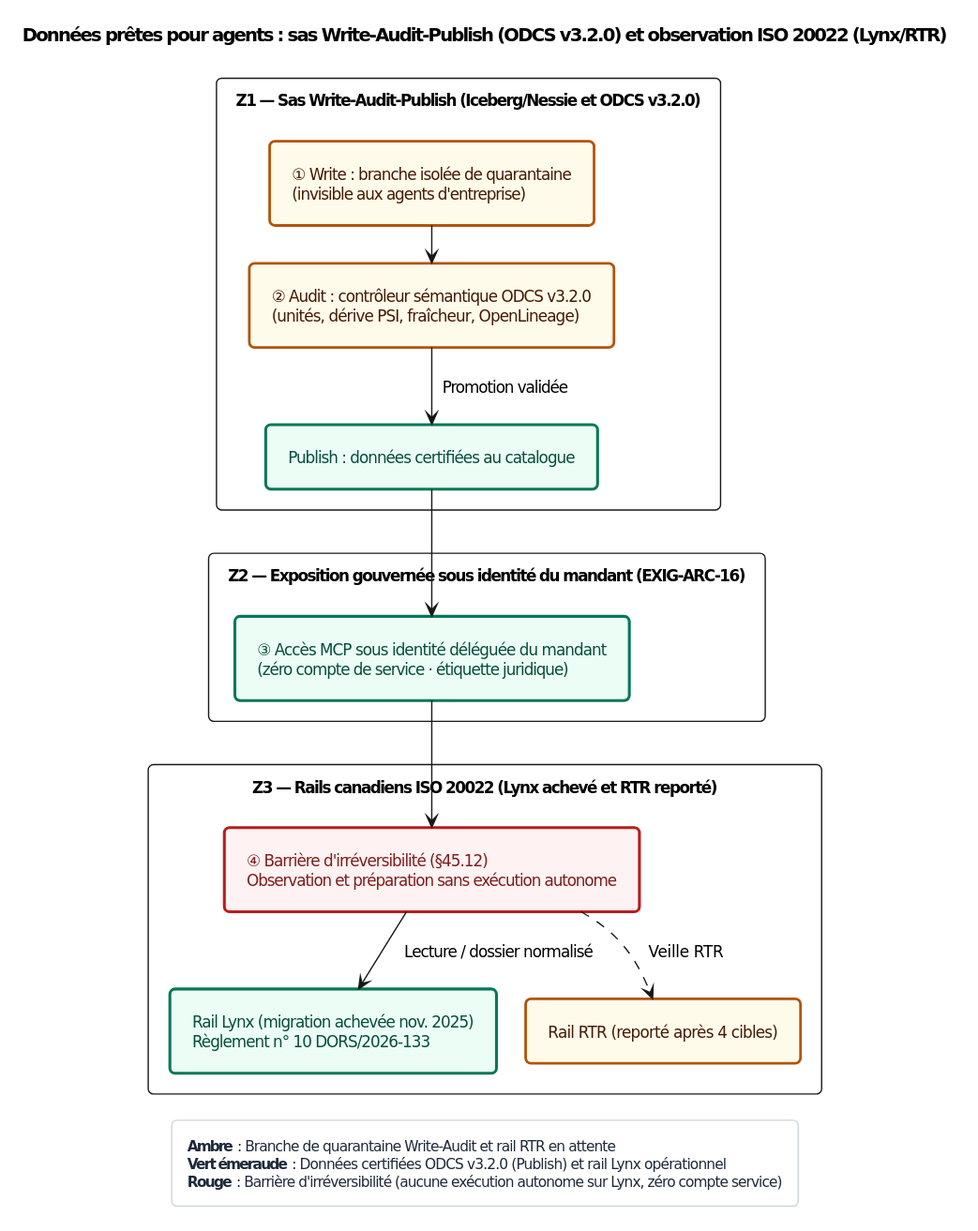
The PlantUML diagram Compendium/ouvrage/schemas/rendus/SCH-10-02.svg in agbruneau/Agentique, before a commit. Source of this version:
```plantuml
@startuml
<style>
document { BackgroundColor #FFFFFF; }
.det { BackgroundColor #EBF2F7; LineColor #1B4F72; LineThickness 2.2; FontColor #0F2942; }
.blue { BackgroundColor #EFF6FF; LineColor #1D4ED8; LineThickness 2.2; FontColor #1E3A8A; }
.prob { BackgroundColor #FFF5E0; LineColor #D97706; LineThickness 2.0; LineStyle 5; FontColor #451A03; }
.amber { BackgroundColor #FFFBEB; LineColor #B45309; LineThickness 2.0; FontColor #451A03; }
.green { BackgroundColor #ECFDF5; LineColor #047857; LineThickness 2.2; FontColor #064E3B; }
.teal { BackgroundColor #F0FDFA; LineColor #0F766E; LineThickness 2.2; FontColor #134E4A; }
.red { BackgroundColor #FEF2F2; LineColor #B91C1C; LineThickness 2.2; FontColor #7F1D1D; }
.purple { BackgroundColor #F5F3FF; LineColor #6D28D9; LineThickness 2.2; FontColor #4C1D95; }
.indigo { BackgroundColor #EEF2FF; LineColor #4338CA; LineThickness 2.2; FontColor #312E81; }
.gray { BackgroundColor #F1F5F9; LineColor #475569; LineThickness 1.8; FontColor #1E293B; }
package { BackgroundColor #F8FAFC; LineColor #64748B; LineThickness 1.2; FontColor #334155; }
legend { BackgroundColor #FFFFFF; LineColor #CBD5E1; FontColor #1E293B; FontSize 11; }
</style>
hide stereotype
skinparam defaultFontName "DejaVu Sans"
skinparam defaultFontSize 12
skinparam shadowing false
skinparam roundcorner 8
skinparam packageStyle rectangle
skinparam nodesep 22
skinparam ranksep 28
skinparam padding 7

top to bottom direction
title Données prêtes pour agents : sas Write-Audit-Publish (ODCS v3.2.0) et observation ISO 20022 (Lynx/RTR)

package "Z1 — Sas Write-Audit-Publish (Iceberg/Nessie et ODCS v3.2.0)" {
  rectangle "① Write : branche isolée de quarantaine\n(invisible aux agents d'entreprise)" as N1 <<amber>>
  rectangle "② Audit : contrôleur sémantique ODCS v3.2.0\n(unités, dérive PSI, fraîcheur, OpenLineage)" as N2 <<amber>>
  rectangle "Publish : données certifiées au catalogue" as N3 <<green>>
  N1 --> N2
  N2 --> N3 : Promotion validée
}

package "Z2 — Exposition gouvernée sous identité du mandant (EXIG-ARC-16)" {
  rectangle "③ Accès MCP sous identité déléguée du mandant\n(zéro compte de service · étiquette juridique)" as N4 <<green>>
  N3 --> N4
}

package "Z3 — Rails canadiens ISO 20022 (Lynx achevé et RTR reporté)" {
  rectangle "Rail Lynx (migration achevée nov. 2025)\nRèglement n° 10 DORS/2026-133" as N5 <<green>>
  rectangle "Rail RTR (reporté après 4 cibles)" as N6 <<amber>>
  rectangle "④ Barrière d'irréversibilité (§45.12)\nObservation et préparation sans exécution autonome" as N7 <<red>>
  N4 --> N7
  N7 --> N5 : Lecture / dossier normalisé
  N7 ..> N6 : Veille RTR
}

legend bottom
  **Ambre** : Branche de quarantaine Write-Audit et rail RTR en attente
  **Vert émeraude** : Données certifiées ODCS v3.2.0 (Publish) et rail Lynx opérationnel
  **Rouge** : Barrière d'irréversibilité (aucune exécution autonome sur Lynx, zéro compte service)
end legend
@enduml
```
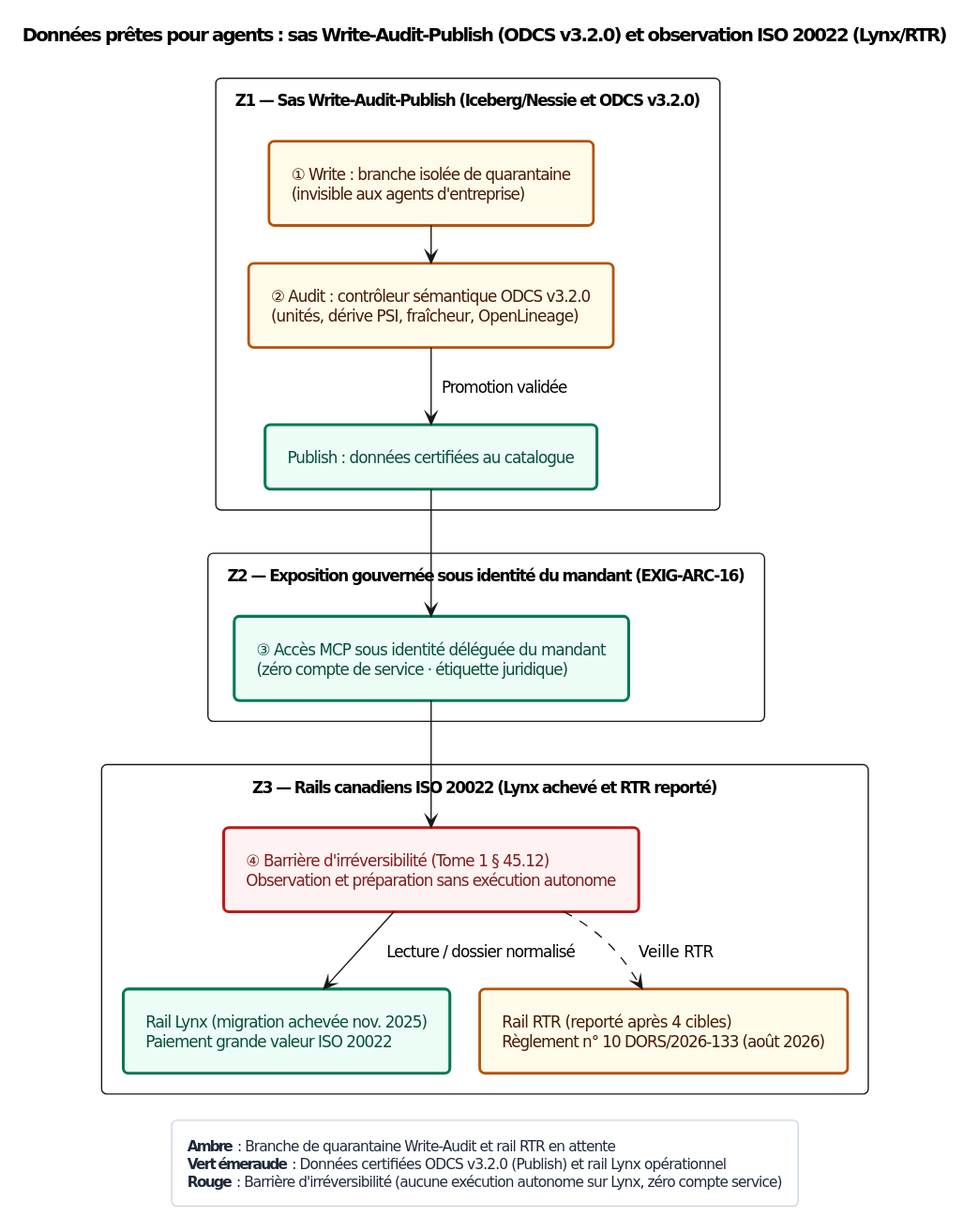
The same diagram one commit later.

The edit, as a diff of the source:
```diff
@@ -41,9 +41,9 @@
 }
 
 package "Z3 — Rails canadiens ISO 20022 (Lynx achevé et RTR reporté)" {
-  rectangle "Rail Lynx (migration achevée nov. 2025)\nRèglement n° 10 DORS/2026-133" as N5 <<green>>
-  rectangle "Rail RTR (reporté après 4 cibles)" as N6 <<amber>>
-  rectangle "④ Barrière d'irréversibilité (§45.12)\nObservation et préparation sans exécution autonome" as N7 <<red>>
+  rectangle "Rail Lynx (migration achevée nov. 2025)\nPaiement grande valeur ISO 20022" as N5 <<green>>
+  rectangle "Rail RTR (reporté après 4 cibles)\nRèglement n° 10 DORS/2026-133 (août 2026)" as N6 <<amber>>
+  rectangle "④ Barrière d'irréversibilité (Tome 1 § 45.12)\nObservation et préparation sans exécution autonome" as N7 <<red>>
   N4 --> N7
   N7 --> N5 : Lecture / dossier normalisé
   N7 ..> N6 : Veille RTR
```
